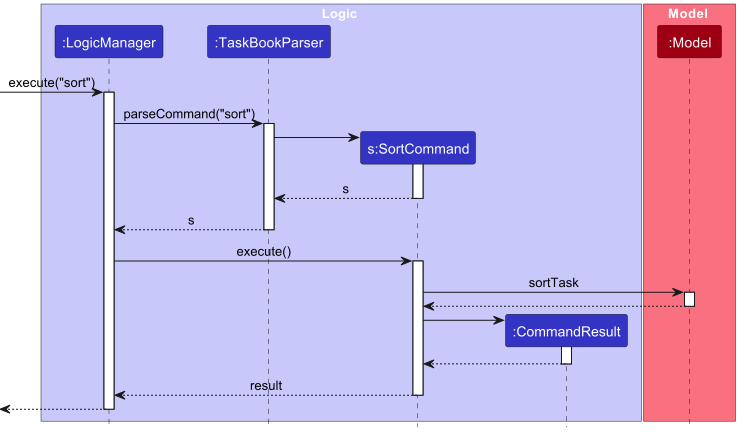
This is docs/images/SortCommandSequenceDiagram.png from nus-cs2103-AY2223S2/tp, a PlantUML export, as it was before one commit. Its source is kept beside it as docs/diagrams/SortCommandSequenceDiagram.puml.
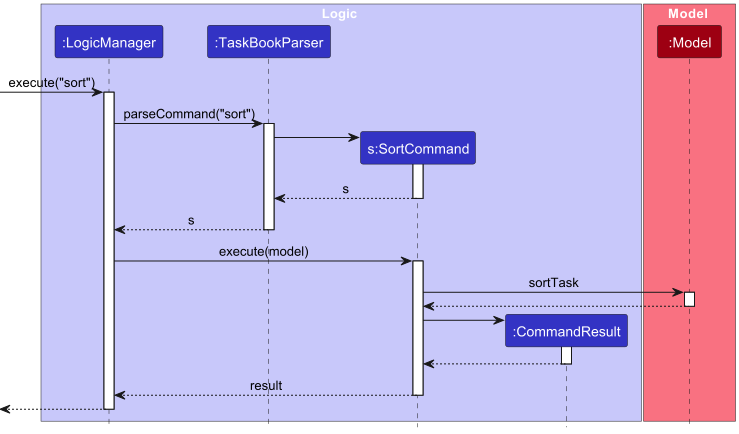
After the commit.

Commit message:
Enable Assertions and Update Sort DG

Replace execute with execute(model) in SortSequenceDiagram.

Enable Assertions in build.gradle.

What changed in the source:
```diff
@@ -29,7 +29,7 @@
 TaskBookParser --> LogicManager : s
 deactivate TaskBookParser
 
-LogicManager -> SortCommand : execute()
+LogicManager -> SortCommand : execute(model)
 activate SortCommand
 
 SortCommand -> Model : sortTask
```
